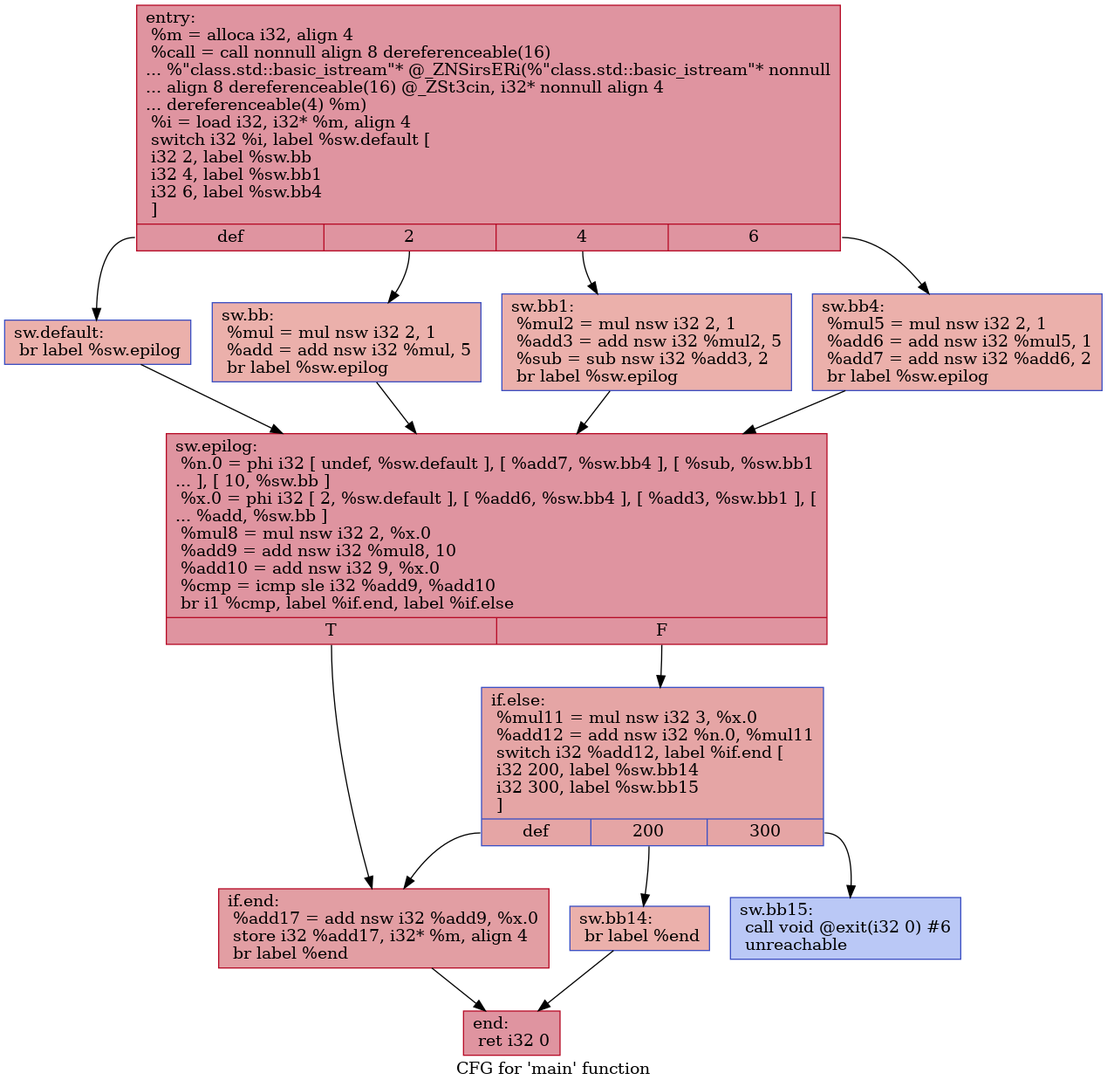
The Graphviz diagram IR/cfg/baseline.dot.png in HPSSA-LLVM/HPSSA-LLVM, before a commit. Its source is kept beside it as IR/cfg/baseline.dot.
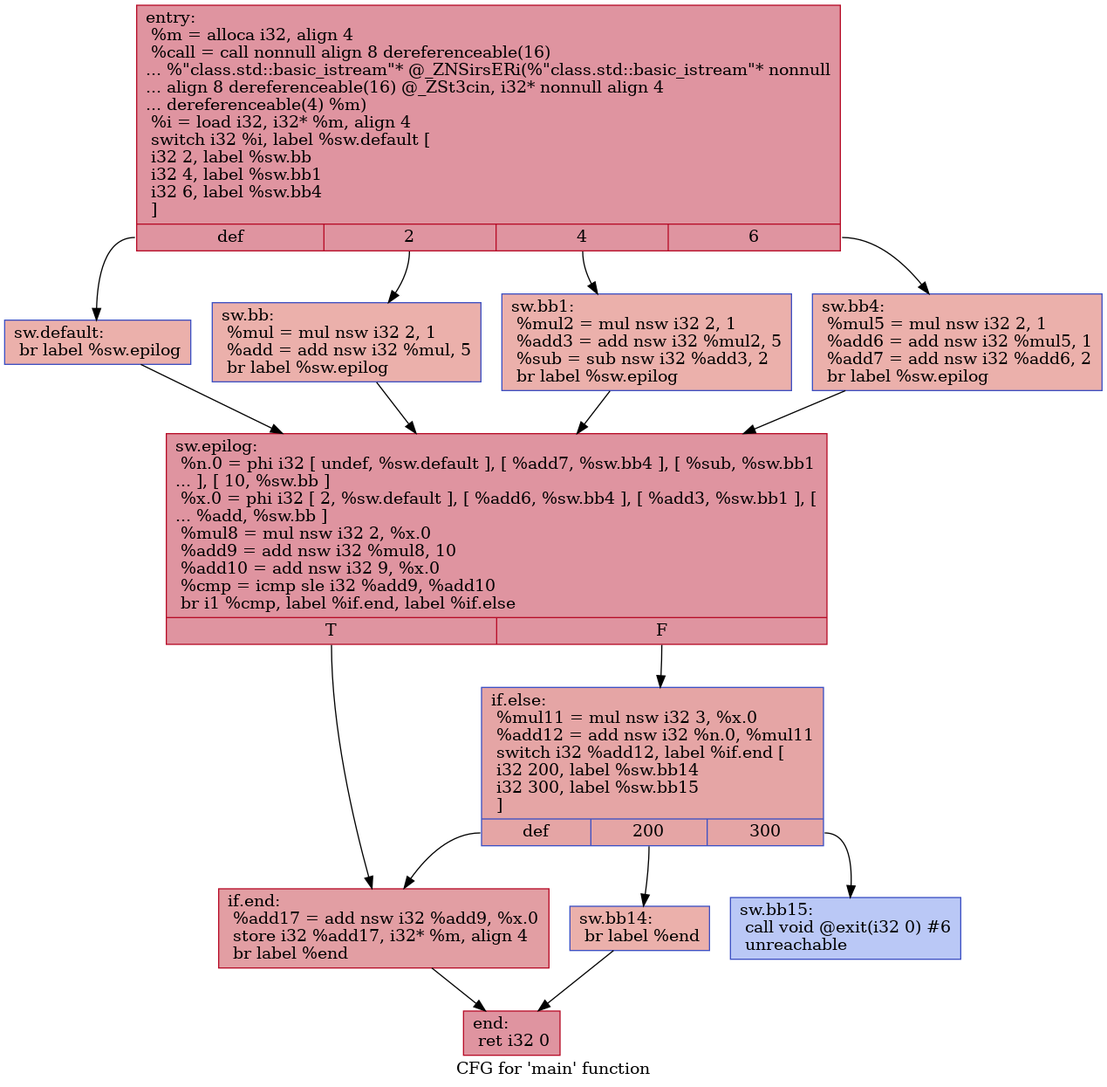
Above is the later version.

Diff of the diagram source:
```diff
@@ -1,31 +1,30 @@
 digraph "CFG for 'main' function" {
-	label="Program in SSA Form";
-	node [fontname="Courier"];
-	edge [fontname="Courier"];
-	Node0x556ecf279080 [shape=record,color="#b70d28ff", style=filled, fillcolor="#b70d2870",label="{entry:\l  %m = alloca i32, align 4\l  %call = call nonnull align 8 dereferenceable(16)\l... %\"class.std::basic_istream\"* @_ZNSirsERi(%\"class.std::basic_istream\"* nonnull\l... align 8 dereferenceable(16) @_ZSt3cin, i32* nonnull align 4\l... dereferenceable(4) %m)\l  %i = load i32, i32* %m, align 4\l  switch i32 %i, label %sw.default [\l    i32 2, label %sw.bb\l    i32 4, label %sw.bb1\l    i32 6, label %sw.bb4\l  ]\l|{<s0>def|<s1>2|<s2>4|<s3>6}}"];
-	Node0x556ecf279080:s0 -> Node0x556ecf2794c0;
-	Node0x556ecf279080:s1 -> Node0x556ecf2795d0;
-	Node0x556ecf279080:s2 -> Node0x556ecf2796d0;
-	Node0x556ecf279080:s3 -> Node0x556ecf2797d0;
-	Node0x556ecf2795d0 [shape=record,color="#3d50c3ff", style=filled, fillcolor="#d24b4070",label="{sw.bb:                                            \l  %mul = mul nsw i32 2, 1\l  %add = add nsw i32 %mul, 5\l  br label %sw.epilog\l}"];
-	Node0x556ecf2795d0 -> Node0x556ecf279a80;
-	Node0x556ecf2796d0 [shape=record,color="#3d50c3ff", style=filled, fillcolor="#d24b4070",label="{sw.bb1:                                           \l  %mul2 = mul nsw i32 2, 1\l  %add3 = add nsw i32 %mul2, 5\l  %sub = sub nsw i32 %add3, 2\l  br label %sw.epilog\l}"];
-	Node0x556ecf2796d0 -> Node0x556ecf279a80;
-	Node0x556ecf2797d0 [shape=record,color="#3d50c3ff", style=filled, fillcolor="#d24b4070",label="{sw.bb4:                                           \l  %mul5 = mul nsw i32 2, 1\l  %add6 = add nsw i32 %mul5, 1\l  %add7 = add nsw i32 %add6, 2\l  br label %sw.epilog\l}"];
-	Node0x556ecf2797d0 -> Node0x556ecf279a80;
-	Node0x556ecf2794c0 [shape=record,color="#3d50c3ff", style=filled, fillcolor="#d24b4070",label="{sw.default:                                       \l  br label %sw.epilog\l}"];
-	Node0x556ecf2794c0 -> Node0x556ecf279a80;
-	Node0x556ecf279a80 [shape=record,color="#b70d28ff", style=filled, fillcolor="#b70d2870",label="{sw.epilog:                                        \l  %n.0 = phi i32 [ undef, %sw.default ], [ %add7, %sw.bb4 ], [ %sub, %sw.bb1\l... ], [ 10, %sw.bb ]\l  %x.0 = phi i32 [ 2, %sw.default ], [ %add6, %sw.bb4 ], [ %add3, %sw.bb1 ], [\l... %add, %sw.bb ]\l  %mul8 = mul nsw i32 2, %x.0\l  %add9 = add nsw i32 %mul8, 10\l  %add10 = add nsw i32 9, %x.0\l  %cmp = icmp sle i32 %add9, %add10\l  br i1 %cmp, label %if.end, label %if.else\l|{<s0>T|<s1>F}}"];
-	Node0x556ecf279a80:s0 -> Node0x556ecf27ac10;
-	Node0x556ecf279a80:s1 -> Node0x556ecf27ac80;
-	Node0x556ecf27ac80 [shape=record,color="#3d50c3ff", style=filled, fillcolor="#c5333470",label="{if.else:                                          \l  %mul11 = mul nsw i32 3, %x.0\l  %add12 = add nsw i32 %n.0, %mul11\l  switch i32 %add12, label %if.end [\l    i32 200, label %sw.bb14\l    i32 300, label %sw.bb15\l  ]\l|{<s0>def|<s1>200|<s2>300}}"];
-	Node0x556ecf27ac80:s0 -> Node0x556ecf27ac10;
-	Node0x556ecf27ac80:s1 -> Node0x556ecf27b280;
-	Node0x556ecf27ac80:s2 -> Node0x556ecf27b320;
-	Node0x556ecf27b280 [shape=record,color="#3d50c3ff", style=filled, fillcolor="#d24b4070",label="{sw.bb14:                                          \l  br label %end\l}"];
-	Node0x556ecf27b280 -> Node0x556ecf27b4b0;
-	Node0x556ecf27b320 [shape=record,color="#3d50c3ff", style=filled, fillcolor="#6282ea70",label="{sw.bb15:                                          \l  call void @exit(i32 0) #6\l  unreachable\l}"];
-	Node0x556ecf27ac10 [shape=record,color="#b70d28ff", style=filled, fillcolor="#be242e70",label="{if.end:                                           \l  %add17 = add nsw i32 %add9, %x.0\l  store i32 %add17, i32* %m, align 4\l  br label %end\l}"];
-	Node0x556ecf27ac10 -> Node0x556ecf27b4b0;
-	Node0x556ecf27b4b0 [shape=record,color="#b70d28ff", style=filled, fillcolor="#b70d2870",label="{end:                                              \l  ret i32 0\l}"];
+	label="CFG for 'main' function";
+
+	Node0x559de32b9080 [shape=record,color="#b70d28ff", style=filled, fillcolor="#b70d2870",label="{entry:\l  %m = alloca i32, align 4\l  %call = call nonnull align 8 dereferenceable(16)\l... %\"class.std::basic_istream\"* @_ZNSirsERi(%\"class.std::basic_istream\"* nonnull\l... align 8 dereferenceable(16) @_ZSt3cin, i32* nonnull align 4\l... dereferenceable(4) %m)\l  %i = load i32, i32* %m, align 4\l  switch i32 %i, label %sw.default [\l    i32 2, label %sw.bb\l    i32 4, label %sw.bb1\l    i32 6, label %sw.bb4\l  ]\l|{<s0>def|<s1>2|<s2>4|<s3>6}}"];
+	Node0x559de32b9080:s0 -> Node0x559de32b94c0;
+	Node0x559de32b9080:s1 -> Node0x559de32b95d0;
+	Node0x559de32b9080:s2 -> Node0x559de32b96d0;
+	Node0x559de32b9080:s3 -> Node0x559de32b97d0;
+	Node0x559de32b95d0 [shape=record,color="#3d50c3ff", style=filled, fillcolor="#d24b4070",label="{sw.bb:                                            \l  %mul = mul nsw i32 2, 1\l  %add = add nsw i32 %mul, 5\l  br label %sw.epilog\l}"];
+	Node0x559de32b95d0 -> Node0x559de32b9a80;
+	Node0x559de32b96d0 [shape=record,color="#3d50c3ff", style=filled, fillcolor="#d24b4070",label="{sw.bb1:                                           \l  %mul2 = mul nsw i32 2, 1\l  %add3 = add nsw i32 %mul2, 5\l  %sub = sub nsw i32 %add3, 2\l  br label %sw.epilog\l}"];
+	Node0x559de32b96d0 -> Node0x559de32b9a80;
+	Node0x559de32b97d0 [shape=record,color="#3d50c3ff", style=filled, fillcolor="#d24b4070",label="{sw.bb4:                                           \l  %mul5 = mul nsw i32 2, 1\l  %add6 = add nsw i32 %mul5, 1\l  %add7 = add nsw i32 %add6, 2\l  br label %sw.epilog\l}"];
+	Node0x559de32b97d0 -> Node0x559de32b9a80;
+	Node0x559de32b94c0 [shape=record,color="#3d50c3ff", style=filled, fillcolor="#d24b4070",label="{sw.default:                                       \l  br label %sw.epilog\l}"];
+	Node0x559de32b94c0 -> Node0x559de32b9a80;
+	Node0x559de32b9a80 [shape=record,color="#b70d28ff", style=filled, fillcolor="#b70d2870",label="{sw.epilog:                                        \l  %n.0 = phi i32 [ undef, %sw.default ], [ %add7, %sw.bb4 ], [ %sub, %sw.bb1\l... ], [ 10, %sw.bb ]\l  %x.0 = phi i32 [ 2, %sw.default ], [ %add6, %sw.bb4 ], [ %add3, %sw.bb1 ], [\l... %add, %sw.bb ]\l  %mul8 = mul nsw i32 2, %x.0\l  %add9 = add nsw i32 %mul8, 10\l  %add10 = add nsw i32 9, %x.0\l  %cmp = icmp sle i32 %add9, %add10\l  br i1 %cmp, label %if.end, label %if.else\l|{<s0>T|<s1>F}}"];
+	Node0x559de32b9a80:s0 -> Node0x559de32bac10;
+	Node0x559de32b9a80:s1 -> Node0x559de32bac80;
+	Node0x559de32bac80 [shape=record,color="#3d50c3ff", style=filled, fillcolor="#c5333470",label="{if.else:                                          \l  %mul11 = mul nsw i32 3, %x.0\l  %add12 = add nsw i32 %n.0, %mul11\l  switch i32 %add12, label %if.end [\l    i32 200, label %sw.bb14\l    i32 300, label %sw.bb15\l  ]\l|{<s0>def|<s1>200|<s2>300}}"];
+	Node0x559de32bac80:s0 -> Node0x559de32bac10;
+	Node0x559de32bac80:s1 -> Node0x559de32bb280;
+	Node0x559de32bac80:s2 -> Node0x559de32bb320;
+	Node0x559de32bb280 [shape=record,color="#3d50c3ff", style=filled, fillcolor="#d24b4070",label="{sw.bb14:                                          \l  br label %end\l}"];
+	Node0x559de32bb280 -> Node0x559de32bb4b0;
+	Node0x559de32bb320 [shape=record,color="#3d50c3ff", style=filled, fillcolor="#6282ea70",label="{sw.bb15:                                          \l  call void @exit(i32 0) #6\l  unreachable\l}"];
+	Node0x559de32bac10 [shape=record,color="#b70d28ff", style=filled, fillcolor="#be242e70",label="{if.end:                                           \l  %add17 = add nsw i32 %add9, %x.0\l  store i32 %add17, i32* %m, align 4\l  br label %end\l}"];
+	Node0x559de32bac10 -> Node0x559de32bb4b0;
+	Node0x559de32bb4b0 [shape=record,color="#b70d28ff", style=filled, fillcolor="#b70d2870",label="{end:                                              \l  ret i32 0\l}"];
 }
```
